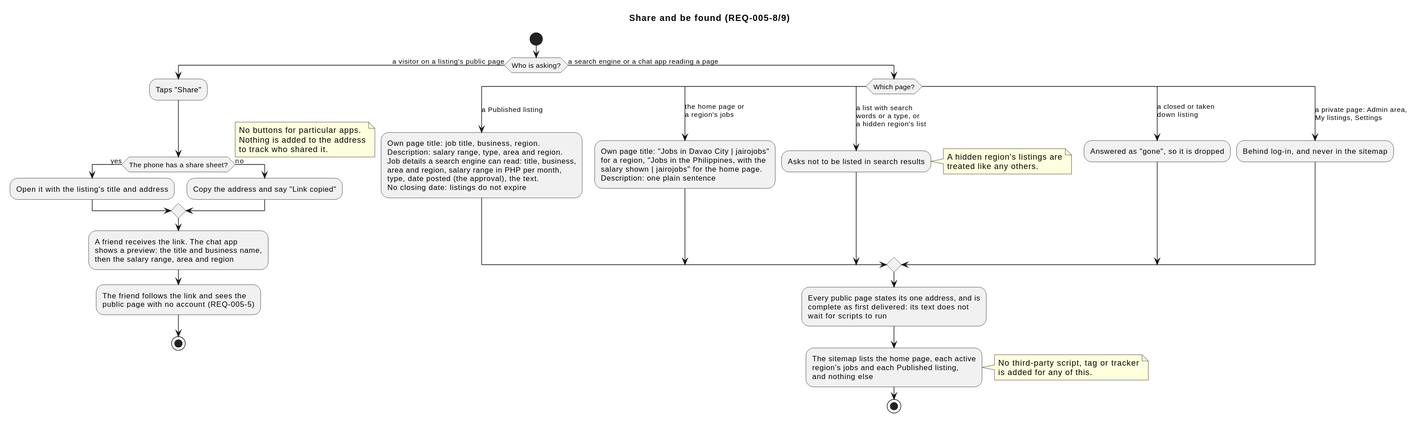
This is docs/specs/005-public-browse-search/diagrams/activity-share-and-be-found.svg from raseniero/jairojobs-elixir, a PlantUML export, as it was before one commit.
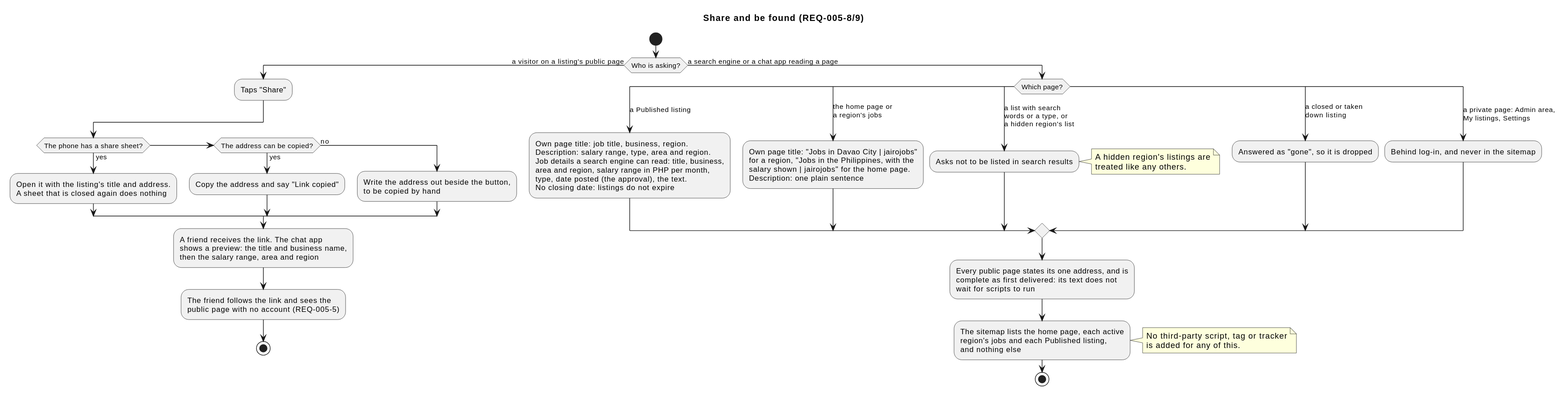
After the commit.

The edit, as a diff of the source:
```diff
@@ -5,9 +5,13 @@
 if (Who is asking?) then (a visitor on a listing's public page)
   :Taps "Share";
   if (The phone has a share sheet?) then (yes)
-    :Open it with the listing's title and address;
+    :Open it with the listing's title and address.
+    A sheet that is closed again does nothing;
+  elseif (The address can be copied?) then (yes)
+    :Copy the address and say "Link copied";
   else (no)
-    :Copy the address and say "Link copied";
+    :Write the address out beside the button,
+    to be copied by hand;
   endif
   note right
     No buttons for particular apps.
```
